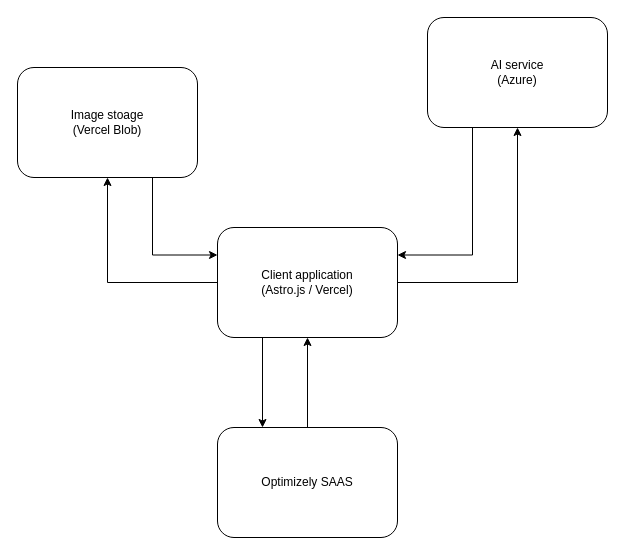
Earlier version of the draw.io diagram Optimizely hackaton.drawio (overtune/diagrams). Source tidied: cells renumbered, new cells numbered last; positions are measured from the earlier drawing's top-left corner, leaving out a move shared by most shapes. Both pictures are drawn from the tidied source at 100%, with x=0, y=0 at pixel (17, 17).
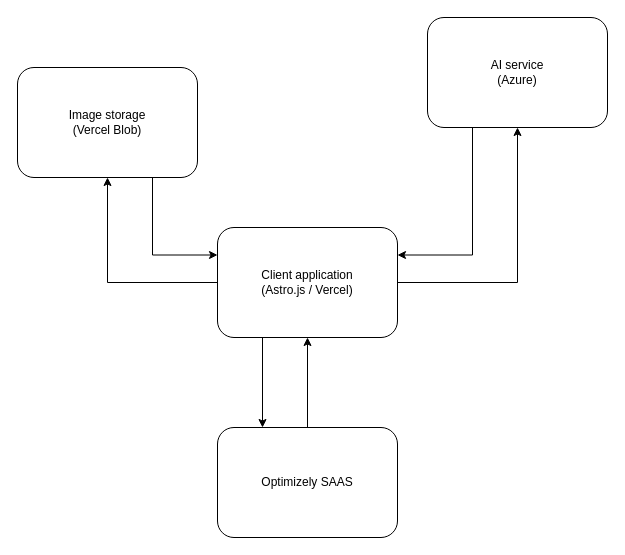
The same page after the edit.

Change to the diagram source:
```diff
@@
 <mxGraphModel>
   <root>
     <mxCell id="0" />
     <mxCell id="1" parent="0" />
     <mxCell id="2" style="edgeStyle=orthogonalEdgeStyle;rounded=0;jettySize=auto;html=1;entryX=0.5;entryY=1;entryDx=0;entryDy=0;" parent="1" edge="1" source="5" target="7">
       <mxGeometry relative="1" as="geometry" />
     </mxCell>
     <mxCell id="3" style="edgeStyle=orthogonalEdgeStyle;rounded=0;jettySize=auto;html=1;exitX=0.25;exitY=1;exitDx=0;exitDy=0;entryX=0.25;entryY=0;entryDx=0;entryDy=0;" parent="1" edge="1" source="5" target="9">
       <mxGeometry relative="1" as="geometry" />
     </mxCell>
     <mxCell id="4" style="edgeStyle=orthogonalEdgeStyle;rounded=0;jettySize=auto;html=1;exitX=0;exitY=0.5;exitDx=0;exitDy=0;entryX=0.5;entryY=1;entryDx=0;entryDy=0;" parent="1" edge="1" source="5" target="11">
       <mxGeometry relative="1" as="geometry" />
     </mxCell>
     <mxCell id="5" value="&lt;div&gt;Client application&lt;/div&gt;&lt;div&gt;(Astro.js / Vercel)&lt;br&gt;&lt;/div&gt;" style="rounded=1;whiteSpace=wrap;html=1;" parent="1" vertex="1">
       <mxGeometry x="200" y="210" width="180" height="110" as="geometry" />
     </mxCell>
     <mxCell id="6" style="edgeStyle=orthogonalEdgeStyle;rounded=0;jettySize=auto;html=1;exitX=0.25;exitY=1;exitDx=0;exitDy=0;entryX=1;entryY=0.25;entryDx=0;entryDy=0;" parent="1" edge="1" source="7" target="5">
       <mxGeometry relative="1" as="geometry" />
     </mxCell>
     <mxCell id="7" value="&lt;div&gt;AI service&lt;/div&gt;&lt;div&gt;(Azure)&lt;br&gt;&lt;/div&gt;" style="rounded=1;whiteSpace=wrap;html=1;" parent="1" vertex="1">
       <mxGeometry x="410" width="180" height="110" as="geometry" />
     </mxCell>
     <mxCell id="8" style="edgeStyle=orthogonalEdgeStyle;rounded=0;jettySize=auto;html=1;exitX=0.5;exitY=0;exitDx=0;exitDy=0;entryX=0.5;entryY=1;entryDx=0;entryDy=0;" parent="1" edge="1" source="9" target="5">
       <mxGeometry relative="1" as="geometry" />
     </mxCell>
     <mxCell id="9" value="Optimizely SAAS" style="rounded=1;whiteSpace=wrap;html=1;" parent="1" vertex="1">
       <mxGeometry x="200" y="410" width="180" height="110" as="geometry" />
     </mxCell>
     <mxCell id="10" style="edgeStyle=orthogonalEdgeStyle;rounded=0;jettySize=auto;html=1;exitX=0.75;exitY=1;exitDx=0;exitDy=0;entryX=0;entryY=0.25;entryDx=0;entryDy=0;" parent="1" edge="1" source="11" target="5">
       <mxGeometry relative="1" as="geometry" />
     </mxCell>
-    <mxCell id="11" value="&lt;div&gt;Image stoage&lt;/div&gt;&lt;div&gt;(Vercel Blob)&lt;br&gt;&lt;/div&gt;" style="rounded=1;whiteSpace=wrap;html=1;" parent="1" vertex="1">
+    <mxCell id="11" value="&lt;div&gt;Image storage&lt;/div&gt;&lt;div&gt;(Vercel Blob)&lt;br&gt;&lt;/div&gt;" style="rounded=1;whiteSpace=wrap;html=1;" parent="1" vertex="1">
       <mxGeometry y="50" width="180" height="110" as="geometry" />
     </mxCell>
   </root>
 </mxGraphModel>
```
